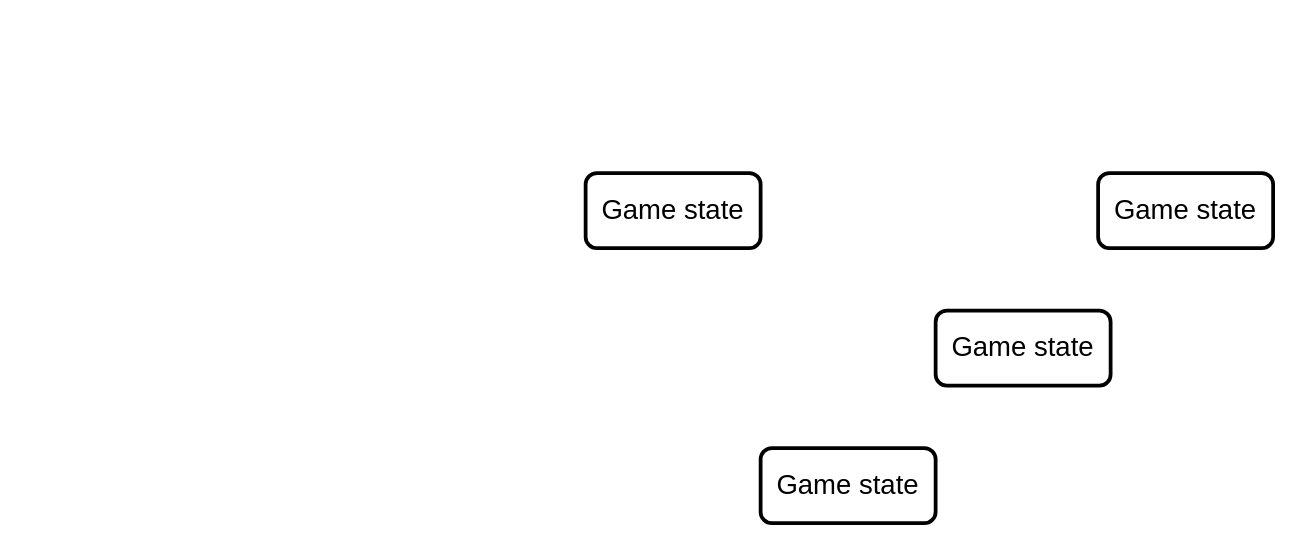
FM-Man/SPL_2 keeps this draw.io diagram as Pictures/sd and er/er diag.drawio. Above is the earlier version. Source tidied: cells renumbered, new cells numbered last; positions are measured from the earlier drawing's top-left corner, leaving out a move shared by most shapes. Both pictures are drawn from the tidied source at 125%, with x=0, y=0 at pixel (585, 172).
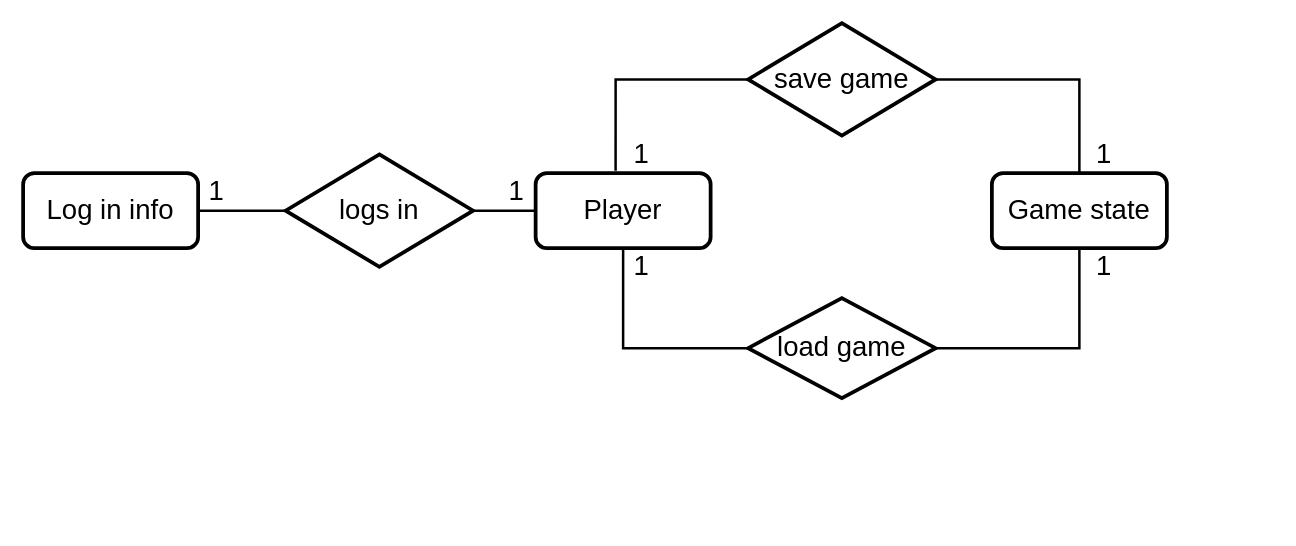
The same diagram, later.

What changed in the source:
```diff
@@
     <mxCell id="2" value="&lt;font style=&quot;font-size: 22px&quot;&gt;Game state&lt;/font&gt;" style="rounded=1;whiteSpace=wrap;html=1;strokeWidth=3;" parent="1" vertex="1">
-      <mxGeometry width="140" height="60" as="geometry" />
+      <mxGeometry x="325" width="140" height="60" as="geometry" />
     </mxCell>
-    <mxCell id="3" value="&lt;font style=&quot;font-size: 22px&quot;&gt;Game state&lt;/font&gt;" style="rounded=1;whiteSpace=wrap;html=1;strokeWidth=3;" parent="1" vertex="1">
-      <mxGeometry x="410" width="140" height="60" as="geometry" />
+    <mxCell id="3" value="&lt;font style=&quot;font-size: 22px&quot;&gt;Player&lt;/font&gt;" style="rounded=1;whiteSpace=wrap;html=1;strokeWidth=3;" parent="1" vertex="1">
+      <mxGeometry x="-40" width="140" height="60" as="geometry" />
     </mxCell>
-    <mxCell id="4" value="&lt;font style=&quot;font-size: 22px&quot;&gt;Game state&lt;/font&gt;" style="rounded=1;whiteSpace=wrap;html=1;strokeWidth=3;" parent="1" vertex="1">
-      <mxGeometry x="280" y="110" width="140" height="60" as="geometry" />
-    </mxCell>
-    <mxCell id="5" value="&lt;font style=&quot;font-size: 22px&quot;&gt;Game state&lt;/font&gt;" style="rounded=1;whiteSpace=wrap;html=1;strokeWidth=3;" parent="1" vertex="1">
-      <mxGeometry x="140" y="220" width="140" height="60" as="geometry" />
-    </mxCell>
+    <mxCell id="6" value="save game" style="rhombus;whiteSpace=wrap;html=1;fontSize=22;strokeWidth=3;" parent="1" vertex="1">
+      <mxGeometry x="130" y="-120" width="150" height="90" as="geometry" />
+    </mxCell>
+    <mxCell id="7" value="load game" style="rhombus;whiteSpace=wrap;html=1;fontSize=22;strokeWidth=3;" parent="1" vertex="1">
+      <mxGeometry x="130" y="100" width="150" height="80" as="geometry" />
+    </mxCell>
+    <mxCell id="8" style="endArrow=none;html=1;rounded=0;fontSize=22;strokeColor=default;strokeWidth=2;exitX=1;exitY=0.5;exitDx=0;exitDy=0;entryX=0.5;entryY=0;entryDx=0;entryDy=0;" parent="1" edge="1" source="6" target="2">
+      <mxGeometry relative="1" as="geometry">
+        <Array as="points">
+          <mxPoint x="395" y="-75" />
+        </Array>
+      </mxGeometry>
+    </mxCell>
+    <mxCell id="9" style="endArrow=none;html=1;rounded=0;fontSize=22;strokeColor=default;strokeWidth=2;entryX=0.5;entryY=1;entryDx=0;entryDy=0;exitX=1;exitY=0.5;exitDx=0;exitDy=0;" parent="1" edge="1" source="7" target="2">
+      <mxGeometry relative="1" as="geometry">
+        <Array as="points">
+          <mxPoint x="395" y="140" />
+        </Array>
+      </mxGeometry>
+    </mxCell>
+    <mxCell id="10" style="endArrow=none;html=1;rounded=0;fontSize=22;strokeColor=default;strokeWidth=2;exitX=0.457;exitY=-0.033;exitDx=0;exitDy=0;exitPerimeter=0;entryX=0;entryY=0.5;entryDx=0;entryDy=0;" parent="1" edge="1" source="3" target="6">
+      <mxGeometry relative="1" as="geometry">
+        <Array as="points">
+          <mxPoint x="24" y="-75" />
+        </Array>
+      </mxGeometry>
+    </mxCell>
+    <mxCell id="11" style="endArrow=none;html=1;rounded=0;fontSize=22;strokeColor=default;strokeWidth=2;exitX=0.5;exitY=1;exitDx=0;exitDy=0;entryX=0;entryY=0.5;entryDx=0;entryDy=0;" parent="1" edge="1" source="3" target="7">
+      <mxGeometry relative="1" as="geometry">
+        <Array as="points">
+          <mxPoint x="30" y="140" />
+        </Array>
+      </mxGeometry>
+    </mxCell>
+    <mxCell id="12" value="1" style="text;html=1;strokeColor=none;fillColor=none;align=center;verticalAlign=middle;whiteSpace=wrap;rounded=0;fontSize=22;" parent="1" vertex="1">
+      <mxGeometry x="30" y="-30" width="30" height="30" as="geometry" />
+    </mxCell>
+    <mxCell id="13" value="1" style="text;html=1;strokeColor=none;fillColor=none;align=center;verticalAlign=middle;whiteSpace=wrap;rounded=0;fontSize=22;" parent="1" vertex="1">
+      <mxGeometry x="400" y="-30" width="30" height="30" as="geometry" />
+    </mxCell>
+    <mxCell id="14" value="1" style="text;html=1;strokeColor=none;fillColor=none;align=center;verticalAlign=middle;whiteSpace=wrap;rounded=0;fontSize=22;" parent="1" vertex="1">
+      <mxGeometry x="30" y="60" width="30" height="30" as="geometry" />
+    </mxCell>
+    <mxCell id="15" value="1" style="text;html=1;strokeColor=none;fillColor=none;align=center;verticalAlign=middle;whiteSpace=wrap;rounded=0;fontSize=22;" parent="1" vertex="1">
+      <mxGeometry x="400" y="60" width="30" height="30" as="geometry" />
+    </mxCell>
+    <mxCell id="16" value="&lt;font style=&quot;font-size: 22px&quot;&gt;Log in info&lt;/font&gt;" style="rounded=1;whiteSpace=wrap;html=1;strokeWidth=3;" parent="1" vertex="1">
+      <mxGeometry x="-450" width="140" height="60" as="geometry" />
+    </mxCell>
+    <mxCell id="17" value="logs in" style="rhombus;whiteSpace=wrap;html=1;fontSize=22;strokeWidth=3;" parent="1" vertex="1">
+      <mxGeometry x="-240" y="-15" width="150" height="90" as="geometry" />
+    </mxCell>
+    <mxCell id="18" style="endArrow=none;html=1;rounded=0;fontSize=22;strokeColor=default;strokeWidth=2;exitX=1;exitY=0.5;exitDx=0;exitDy=0;entryX=0;entryY=0.5;entryDx=0;entryDy=0;" parent="1" edge="1" source="17" target="3">
+      <mxGeometry relative="1" as="geometry" />
+    </mxCell>
+    <mxCell id="19" style="endArrow=none;html=1;rounded=0;fontSize=22;strokeColor=default;strokeWidth=2;exitX=1;exitY=0.5;exitDx=0;exitDy=0;entryX=0;entryY=0.5;entryDx=0;entryDy=0;" parent="1" edge="1" source="16" target="17">
+      <mxGeometry relative="1" as="geometry" />
+    </mxCell>
+    <mxCell id="20" value="1" style="text;html=1;strokeColor=none;fillColor=none;align=center;verticalAlign=middle;whiteSpace=wrap;rounded=0;fontSize=22;" parent="1" vertex="1">
+      <mxGeometry x="-70" width="30" height="30" as="geometry" />
+    </mxCell>
+    <mxCell id="21" value="1" style="text;html=1;strokeColor=none;fillColor=none;align=center;verticalAlign=middle;whiteSpace=wrap;rounded=0;fontSize=22;" parent="1" vertex="1">
+      <mxGeometry x="-310" width="30" height="30" as="geometry" />
+    </mxCell>
```
